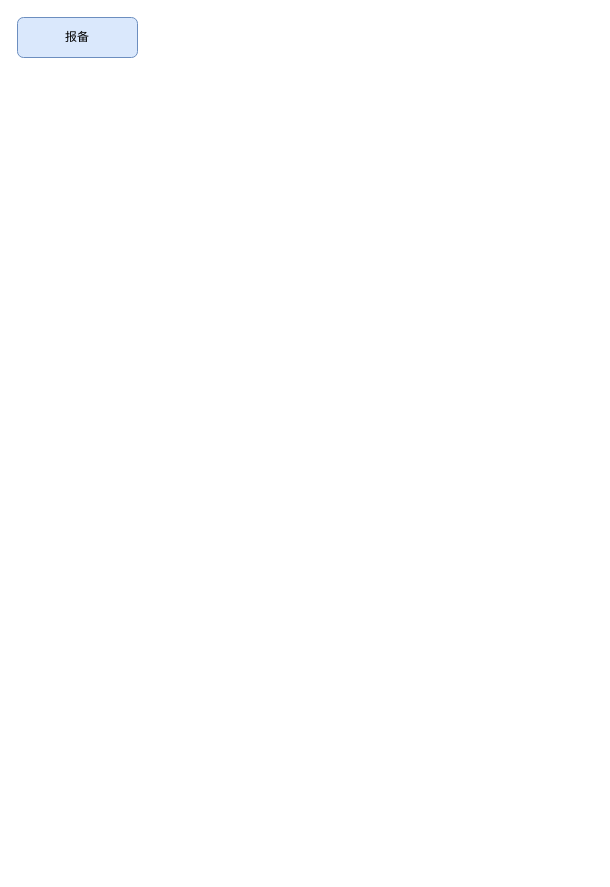
The draw.io diagram xbhangkong5.drawio in HXLMOM/cctest, before the edit. Source tidied: cells renumbered, new cells numbered last; positions are measured from the earlier drawing's top-left corner, leaving out a move shared by most shapes. Both pictures are drawn from the tidied source at 100%, with x=0, y=0 at pixel (17, 17).
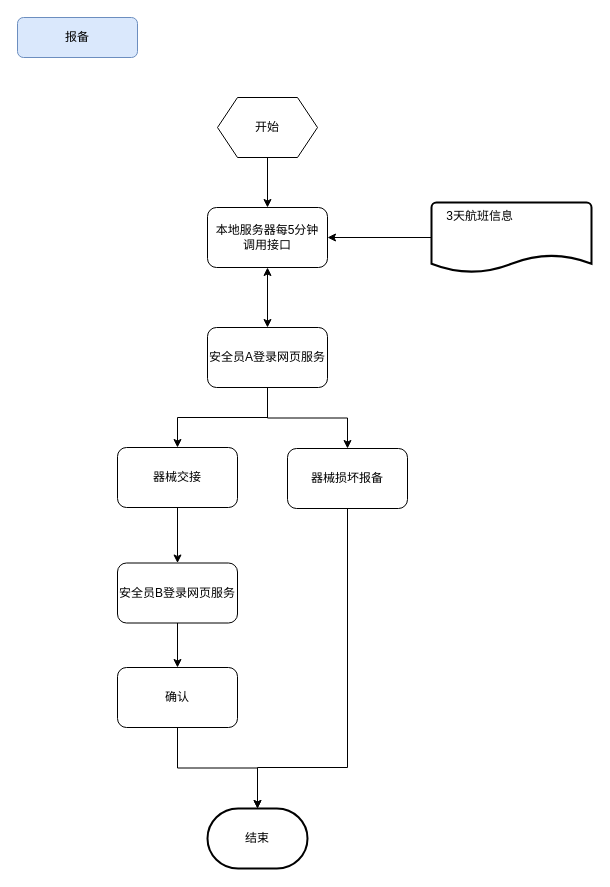
Above is the later version.

The edit, as a diff of the source:
```diff
@@
+    <mxCell id="3" style="edgeStyle=orthogonalEdgeStyle;rounded=0;jettySize=auto;html=1;entryX=0.5;entryY=0;entryDx=0;entryDy=0;startArrow=classic;startFill=1;" parent="1" edge="1" source="4" target="9">
+      <mxGeometry relative="1" as="geometry" />
+    </mxCell>
+    <mxCell id="4" value="本地服务器每5分钟&lt;br&gt;调用接口" style="rounded=1;whiteSpace=wrap;html=1;" parent="1" vertex="1">
+      <mxGeometry x="190" y="190" width="120" height="60" as="geometry" />
+    </mxCell>
+    <mxCell id="5" style="edgeStyle=orthogonalEdgeStyle;rounded=0;jettySize=auto;html=1;entryX=0.5;entryY=0;entryDx=0;entryDy=0;" parent="1" edge="1" source="6" target="4">
+      <mxGeometry relative="1" as="geometry" />
+    </mxCell>
+    <mxCell id="6" value="开始" style="shape=hexagon;perimeter=hexagonPerimeter2;whiteSpace=wrap;html=1;fixedSize=1;" parent="1" vertex="1">
+      <mxGeometry x="200" y="80" width="100" height="60" as="geometry" />
+    </mxCell>
+    <mxCell id="7" style="edgeStyle=orthogonalEdgeStyle;rounded=0;jettySize=auto;html=1;" parent="1" edge="1" source="9" target="11">
+      <mxGeometry relative="1" as="geometry" />
+    </mxCell>
+    <mxCell id="8" style="edgeStyle=orthogonalEdgeStyle;rounded=0;jettySize=auto;html=1;" parent="1" edge="1" source="9" target="13">
+      <mxGeometry relative="1" as="geometry" />
+    </mxCell>
+    <mxCell id="9" value="安全员A登录网页服务" style="rounded=1;whiteSpace=wrap;html=1;" parent="1" vertex="1">
+      <mxGeometry x="190" y="310" width="120" height="60" as="geometry" />
+    </mxCell>
+    <mxCell id="10" style="edgeStyle=orthogonalEdgeStyle;rounded=0;jettySize=auto;html=1;entryX=0.5;entryY=0;entryDx=0;entryDy=0;" parent="1" edge="1" source="11" target="17">
+      <mxGeometry relative="1" as="geometry" />
+    </mxCell>
+    <mxCell id="11" value="器械交接" style="rounded=1;whiteSpace=wrap;html=1;" parent="1" vertex="1">
+      <mxGeometry x="100" y="430" width="120" height="60" as="geometry" />
+    </mxCell>
+    <mxCell id="12" style="edgeStyle=orthogonalEdgeStyle;rounded=0;jettySize=auto;html=1;" parent="1" edge="1" source="13" target="19">
+      <mxGeometry relative="1" as="geometry">
+        <Array as="points">
+          <mxPoint x="330" y="750" />
+          <mxPoint x="240" y="750" />
+        </Array>
+      </mxGeometry>
+    </mxCell>
+    <mxCell id="13" value="器械损坏报备" style="rounded=1;whiteSpace=wrap;html=1;" parent="1" vertex="1">
+      <mxGeometry x="270" y="431" width="120" height="60" as="geometry" />
+    </mxCell>
+    <mxCell id="14" style="edgeStyle=orthogonalEdgeStyle;rounded=0;jettySize=auto;html=1;" parent="1" edge="1" source="15" target="4">
+      <mxGeometry relative="1" as="geometry" />
+    </mxCell>
+    <mxCell id="15" value="    3天航班信息&#10;&#10;&#10;" style="strokeWidth=2;shape=mxgraph.flowchart.document2;size=0.25;align=left;whiteSpace=wrap;labelBackgroundColor=none;labelBorderColor=none;verticalAlign=top;" parent="1" vertex="1">
+      <mxGeometry x="414" y="185" width="160" height="70" as="geometry" />
+    </mxCell>
+    <mxCell id="16" style="edgeStyle=orthogonalEdgeStyle;rounded=0;jettySize=auto;html=1;" parent="1" edge="1" source="17" target="18">
+      <mxGeometry relative="1" as="geometry" />
+    </mxCell>
+    <mxCell id="17" value="安全员B登录网页服务" style="rounded=1;whiteSpace=wrap;html=1;" parent="1" vertex="1">
+      <mxGeometry x="100" y="545.5" width="120" height="60" as="geometry" />
+    </mxCell>
+    <mxCell id="18" value="确认" style="rounded=1;whiteSpace=wrap;html=1;" parent="1" vertex="1">
+      <mxGeometry x="100" y="650" width="120" height="60" as="geometry" />
+    </mxCell>
+    <mxCell id="19" value="结束" style="strokeWidth=2;html=1;shape=mxgraph.flowchart.terminator;whiteSpace=wrap;" parent="1" vertex="1">
+      <mxGeometry x="190" y="791" width="100" height="60" as="geometry" />
+    </mxCell>
+    <mxCell id="20" style="edgeStyle=orthogonalEdgeStyle;rounded=0;jettySize=auto;html=1;entryX=0.5;entryY=0;entryDx=0;entryDy=0;entryPerimeter=0;" parent="1" edge="1" source="18" target="19">
+      <mxGeometry relative="1" as="geometry" />
+    </mxCell>
```
